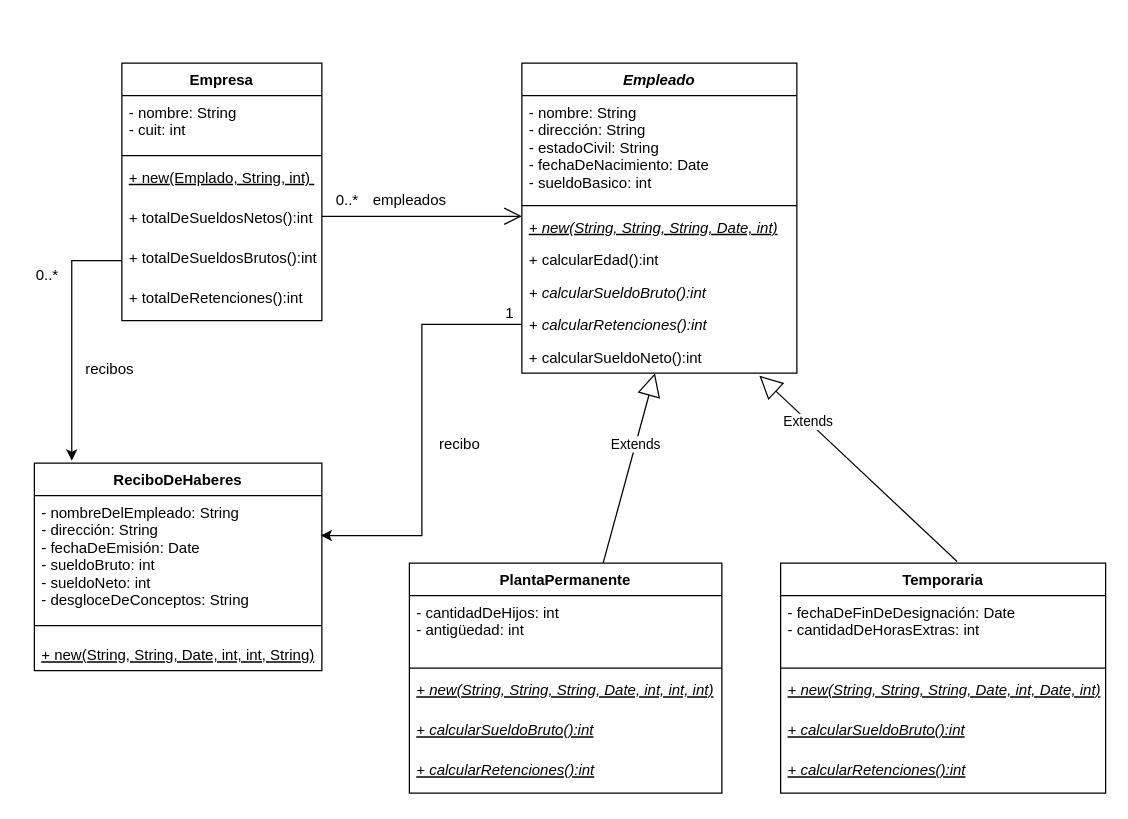
nhubczyk/Obj2-TP-02-UNQ keeps this draw.io diagram as Ejercicio 1 - TP 02 - Obj2-UNQ.drawio. Above is the earlier version. Source tidied: cells renumbered, new cells numbered last; positions are measured from the earlier drawing's top-left corner, leaving out a move shared by most shapes. Both pictures are drawn from the tidied source at 125%, with x=0, y=0 at pixel (21, 62).
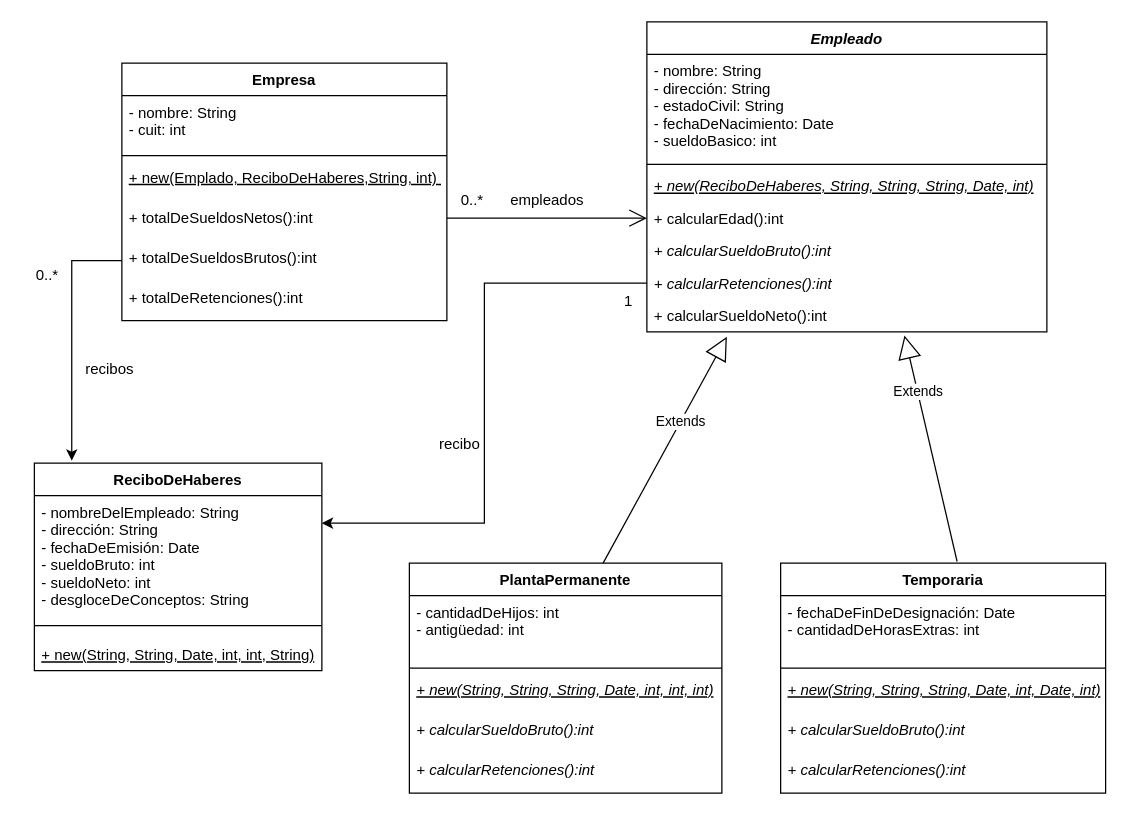
After the change.

Unchanged cells that the change refers to:
```xml
<mxCell id="12" value="PlantaPermanente" style="swimlane;fontStyle=1;align=center;verticalAlign=top;horizontal=1;startSize=26;" parent="1" vertex="1">
  <mxGeometry x="310" y="400" width="250" height="184" as="geometry" />
</mxCell>
<mxCell id="18" value="Temporaria" style="swimlane;fontStyle=1;align=center;verticalAlign=top;horizontal=1;startSize=26;" parent="1" vertex="1">
  <mxGeometry x="607" y="400" width="260" height="184" as="geometry" />
</mxCell>
<mxCell id="35" value="- nombreDelEmpleado: String&#10;- dirección: String&#10;- fechaDeEmisión: Date&#10;- sueldoBruto: int&#10;- sueldoNeto: int&#10;- desgloceDeConceptos: String&#10;&#10;" style="text;strokeColor=none;fillColor=none;align=left;verticalAlign=top;spacingLeft=4;spacingRight=4;overflow=hidden;points=[[0,0.5],[1,0.5]];portConstraint=eastwest;" parent="34" vertex="1">
  <mxGeometry y="26" width="230" height="94" as="geometry" />
</mxCell>
```

The edit, as a diff of the source:
```diff
@@
     <mxCell id="2" value="Empresa" style="swimlane;fontStyle=1;align=center;verticalAlign=top;horizontal=1;startSize=26;" parent="1" vertex="1">
-      <mxGeometry x="80" width="160" height="206" as="geometry" />
+      <mxGeometry x="80" width="260" height="206" as="geometry" />
     </mxCell>
     <mxCell id="3" value="- nombre: String&#10;- cuit: int&#10;" style="text;strokeColor=none;fillColor=none;align=left;verticalAlign=top;spacingLeft=4;spacingRight=4;overflow=hidden;" parent="2" vertex="1">
-      <mxGeometry y="26" width="160" height="44" as="geometry" />
+      <mxGeometry y="26" width="260" height="44" as="geometry" />
     </mxCell>
     <mxCell id="4" style="line;strokeWidth=1;fillColor=none;align=left;verticalAlign=middle;spacingTop=-1;spacingLeft=3;spacingRight=3;labelPosition=right;" parent="2" vertex="1">
-      <mxGeometry y="70" width="160" height="8" as="geometry" />
+      <mxGeometry y="70" width="260" height="8" as="geometry" />
     </mxCell>
-    <mxCell id="5" value="+ new(Emplado, String, int) &#10;   &#10;" style="text;strokeColor=none;fillColor=none;align=left;verticalAlign=top;spacingLeft=4;spacingRight=4;overflow=hidden;fontStyle=4;" parent="2" vertex="1">
-      <mxGeometry y="78" width="160" height="32" as="geometry" />
+    <mxCell id="5" value="+ new(Emplado, ReciboDeHaberes,String, int) &#10;   &#10;" style="text;strokeColor=none;fillColor=none;align=left;verticalAlign=top;spacingLeft=4;spacingRight=4;overflow=hidden;fontStyle=4;" parent="2" vertex="1">
+      <mxGeometry y="78" width="260" height="32" as="geometry" />
     </mxCell>
     <mxCell id="6" value="+ totalDeSueldosNetos():int&#10;" style="text;strokeColor=none;fillColor=none;align=left;verticalAlign=top;spacingLeft=4;spacingRight=4;overflow=hidden;fontStyle=0;" parent="2" vertex="1">
-      <mxGeometry y="110" width="160" height="32" as="geometry" />
+      <mxGeometry y="110" width="260" height="32" as="geometry" />
     </mxCell>
     <mxCell id="7" value="+ totalDeSueldosBrutos():int&#10;" style="text;strokeColor=none;fillColor=none;align=left;verticalAlign=top;spacingLeft=4;spacingRight=4;overflow=hidden;points=[[0,0.5],[1,0.5]];portConstraint=eastwest;fontStyle=0;" parent="2" vertex="1">
-      <mxGeometry y="142" width="160" height="32" as="geometry" />
+      <mxGeometry y="142" width="260" height="32" as="geometry" />
     </mxCell>
     <mxCell id="8" value="+ totalDeRetenciones():int&#10;" style="text;strokeColor=none;fillColor=none;align=left;verticalAlign=top;spacingLeft=4;spacingRight=4;overflow=hidden;fontStyle=0;" parent="2" vertex="1">
-      <mxGeometry y="174" width="160" height="32" as="geometry" />
+      <mxGeometry y="174" width="260" height="32" as="geometry" />
     </mxCell>
     <mxCell id="9" style="endArrow=open;endFill=1;endSize=12;html=1;rounded=0;" parent="1" edge="1">
       <mxGeometry relative="1" as="geometry">
-        <mxPoint x="240" y="122.5" as="sourcePoint" />
-        <mxPoint x="400" y="122.5" as="targetPoint" />
+        <mxPoint x="340" y="124" as="sourcePoint" />
+        <mxPoint x="500" y="124" as="targetPoint" />
       </mxGeometry>
     </mxCell>
     <mxCell id="10" value="empleados" style="text;html=1;align=center;verticalAlign=middle;strokeColor=none;fillColor=none;" parent="1" vertex="1">
-      <mxGeometry x="270" y="95" width="80" height="30" as="geometry" />
+      <mxGeometry x="380" y="95" width="80" height="30" as="geometry" />
     </mxCell>
     <mxCell id="11" value="0..*" style="text;html=1;align=center;verticalAlign=middle;strokeColor=none;fillColor=none;" parent="1" vertex="1">
-      <mxGeometry x="240" y="95" width="40" height="30" as="geometry" />
+      <mxGeometry x="340" y="95" width="40" height="30" as="geometry" />
     </mxCell>
@@
-    <mxCell id="16" value="+ calcularSueldoBruto():int&#10;" style="text;strokeColor=none;fillColor=none;align=left;verticalAlign=top;spacingLeft=4;spacingRight=4;overflow=hidden;fontStyle=6;" parent="12" vertex="1">
+    <mxCell id="16" value="+ calcularSueldoBruto():int&#10;" style="text;strokeColor=none;fillColor=none;align=left;verticalAlign=top;spacingLeft=4;spacingRight=4;overflow=hidden;fontStyle=2;" parent="12" vertex="1">
       <mxGeometry y="120" width="250" height="32" as="geometry" />
     </mxCell>
-    <mxCell id="17" value="+ calcularRetenciones():int&#10;" style="text;strokeColor=none;fillColor=none;align=left;verticalAlign=top;spacingLeft=4;spacingRight=4;overflow=hidden;fontStyle=6;" parent="12" vertex="1">
+    <mxCell id="17" value="+ calcularRetenciones():int&#10;" style="text;strokeColor=none;fillColor=none;align=left;verticalAlign=top;spacingLeft=4;spacingRight=4;overflow=hidden;fontStyle=2;" parent="12" vertex="1">
       <mxGeometry y="152" width="250" height="32" as="geometry" />
     </mxCell>
@@
-    <mxCell id="22" value="+ calcularSueldoBruto():int" style="text;strokeColor=none;fillColor=none;align=left;verticalAlign=top;spacingLeft=4;spacingRight=4;overflow=hidden;fontStyle=6;" parent="18" vertex="1">
+    <mxCell id="22" value="+ calcularSueldoBruto():int" style="text;strokeColor=none;fillColor=none;align=left;verticalAlign=top;spacingLeft=4;spacingRight=4;overflow=hidden;fontStyle=2;" parent="18" vertex="1">
       <mxGeometry y="120" width="260" height="32" as="geometry" />
     </mxCell>
-    <mxCell id="23" value="+ calcularRetenciones():int" style="text;strokeColor=none;fillColor=none;align=left;verticalAlign=top;spacingLeft=4;spacingRight=4;overflow=hidden;fontStyle=6;" parent="18" vertex="1">
+    <mxCell id="23" value="+ calcularRetenciones():int" style="text;strokeColor=none;fillColor=none;align=left;verticalAlign=top;spacingLeft=4;spacingRight=4;overflow=hidden;fontStyle=2;" parent="18" vertex="1">
       <mxGeometry y="152" width="260" height="32" as="geometry" />
     </mxCell>
-    <mxCell id="24" value="Extends" style="endArrow=block;endSize=16;endFill=0;html=1;rounded=0;exitX=0.62;exitY=0;exitDx=0;exitDy=0;exitPerimeter=0;" parent="1" edge="1" source="12" target="33">
+    <mxCell id="24" value="Extends" style="endArrow=block;endSize=16;endFill=0;html=1;rounded=0;exitX=0.62;exitY=0;exitDx=0;exitDy=0;exitPerimeter=0;entryX=0.2;entryY=1.154;entryDx=0;entryDy=0;entryPerimeter=0;" parent="1" edge="1" source="12" target="33">
       <mxGeometry x="0.25" relative="1" as="geometry" />
     </mxCell>
-    <mxCell id="25" value="Extends" style="endArrow=block;endSize=16;endFill=0;html=1;rounded=0;exitX=0.543;exitY=-0.007;exitDx=0;exitDy=0;exitPerimeter=0;" parent="1" edge="1" source="18">
-      <mxGeometry x="0.5" relative="1" as="geometry">
-        <mxPoint x="590" y="250" as="targetPoint" />
-      </mxGeometry>
+    <mxCell id="25" value="Extends" style="endArrow=block;endSize=16;endFill=0;html=1;rounded=0;exitX=0.543;exitY=-0.007;exitDx=0;exitDy=0;exitPerimeter=0;entryX=0.644;entryY=1.115;entryDx=0;entryDy=0;entryPerimeter=0;" parent="1" edge="1" source="18" target="33">
+      <mxGeometry x="0.5" relative="1" as="geometry" />
     </mxCell>
     <mxCell id="26" value="Empleado" style="swimlane;fontStyle=3;align=center;verticalAlign=top;horizontal=1;startSize=26;" parent="1" vertex="1">
-      <mxGeometry x="400" width="220" height="248" as="geometry" />
+      <mxGeometry x="500" y="-33" width="320" height="248" as="geometry" />
     </mxCell>
     <mxCell id="27" value="- nombre: String&#10;- dirección: String&#10;- estadoCivil: String&#10;- fechaDeNacimiento: Date&#10;- sueldoBasico: int" style="text;strokeColor=none;fillColor=none;align=left;verticalAlign=top;spacingLeft=4;spacingRight=4;overflow=hidden;" parent="26" vertex="1">
-      <mxGeometry y="26" width="220" height="84" as="geometry" />
+      <mxGeometry y="26" width="320" height="84" as="geometry" />
     </mxCell>
     <mxCell id="28" style="line;strokeWidth=1;fillColor=none;align=left;verticalAlign=middle;spacingTop=-1;spacingLeft=3;spacingRight=3;labelPosition=right;" parent="26" vertex="1">
-      <mxGeometry y="110" width="220" height="8" as="geometry" />
+      <mxGeometry y="110" width="320" height="8" as="geometry" />
     </mxCell>
-    <mxCell id="29" value="+ new(String, String, String, Date, int)&#10;" style="text;strokeColor=none;fillColor=none;align=left;verticalAlign=top;spacingLeft=4;spacingRight=4;overflow=hidden;fontStyle=6;" parent="26" vertex="1">
-      <mxGeometry y="118" width="220" height="26" as="geometry" />
+    <mxCell id="29" value="+ new(ReciboDeHaberes, String, String, String, Date, int)&#10;" style="text;strokeColor=none;fillColor=none;align=left;verticalAlign=top;spacingLeft=4;spacingRight=4;overflow=hidden;fontStyle=6;" parent="26" vertex="1">
+      <mxGeometry y="118" width="320" height="26" as="geometry" />
     </mxCell>
     <mxCell id="30" value="+ calcularEdad():int" style="text;strokeColor=none;fillColor=none;align=left;verticalAlign=top;spacingLeft=4;spacingRight=4;overflow=hidden;fontStyle=0;" parent="26" vertex="1">
-      <mxGeometry y="144" width="220" height="26" as="geometry" />
+      <mxGeometry y="144" width="320" height="26" as="geometry" />
     </mxCell>
     <mxCell id="31" value="+ calcularSueldoBruto():int" style="text;strokeColor=none;fillColor=none;align=left;verticalAlign=top;spacingLeft=4;spacingRight=4;overflow=hidden;fontStyle=2;" parent="26" vertex="1">
-      <mxGeometry y="170" width="220" height="26" as="geometry" />
+      <mxGeometry y="170" width="320" height="26" as="geometry" />
     </mxCell>
     <mxCell id="32" value="+ calcularRetenciones():int" style="text;strokeColor=none;fillColor=none;align=left;verticalAlign=top;spacingLeft=4;spacingRight=4;overflow=hidden;points=[[0,0.5],[1,0.5]];portConstraint=eastwest;fontStyle=2;" parent="26" vertex="1">
-      <mxGeometry y="196" width="220" height="26" as="geometry" />
+      <mxGeometry y="196" width="320" height="26" as="geometry" />
     </mxCell>
     <mxCell id="33" value="+ calcularSueldoNeto():int&#10;" style="text;strokeColor=none;fillColor=none;align=left;verticalAlign=top;spacingLeft=4;spacingRight=4;overflow=hidden;points=[[0,0.5],[1,0.5]];portConstraint=eastwest;fontStyle=0;" parent="26" vertex="1">
-      <mxGeometry y="222" width="220" height="26" as="geometry" />
+      <mxGeometry y="222" width="320" height="26" as="geometry" />
     </mxCell>
@@
-    <mxCell id="39" style="edgeStyle=orthogonalEdgeStyle;rounded=0;jettySize=auto;html=1;entryX=0.996;entryY=0.34;entryDx=0;entryDy=0;entryPerimeter=0;" parent="1" edge="1" source="32" target="35">
+    <mxCell id="39" style="edgeStyle=orthogonalEdgeStyle;rounded=0;jettySize=auto;html=1;entryX=1;entryY=0.234;entryDx=0;entryDy=0;entryPerimeter=0;" parent="1" edge="1" source="32" target="35">
       <mxGeometry relative="1" as="geometry" />
     </mxCell>
@@
     <mxCell id="43" value="1" style="text;html=1;align=center;verticalAlign=middle;strokeColor=none;fillColor=none;" parent="1" vertex="1">
-      <mxGeometry x="375" y="185" width="30" height="30" as="geometry" />
+      <mxGeometry x="470" y="176" width="30" height="30" as="geometry" />
     </mxCell>
```
